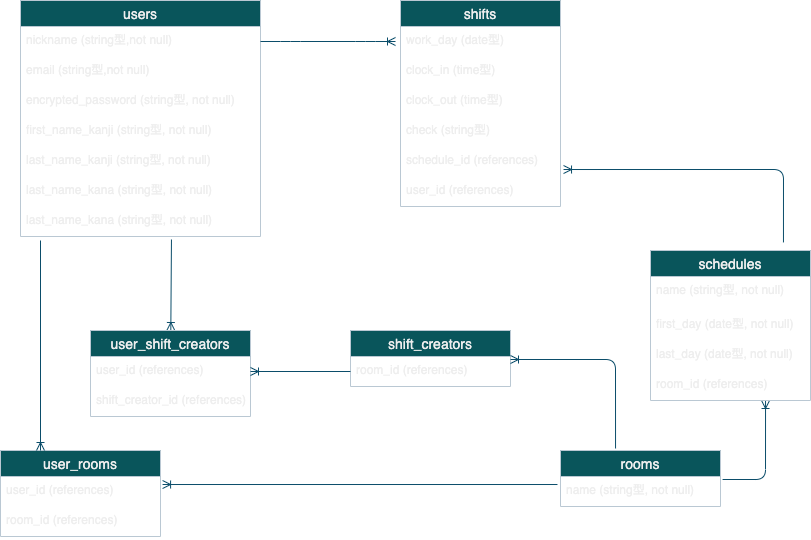
The draw.io diagram shift_system.png in DanInamori/shift_system, before a commit. Source tidied: cells renumbered, new cells last; positions are measured from the earlier drawing's top-left corner, leaving out a move shared by most shapes.
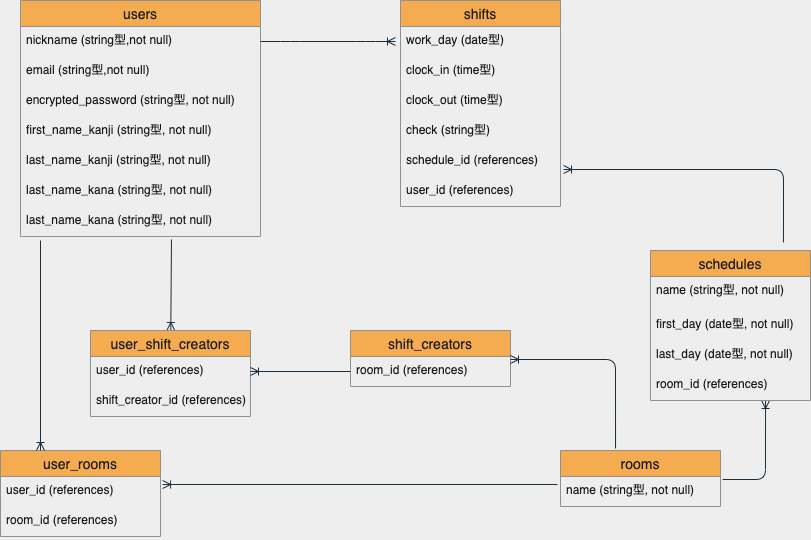
Above is the later version.

Change to the diagram source:
```diff
@@ -1,123 +1,123 @@
-<mxGraphModel>
+<mxGraphModel background="#EEEEEE">
   <root>
     <mxCell id="0" />
     <mxCell id="1" parent="0" />
-    <mxCell id="2" value="users" style="swimlane;fontStyle=0;horizontal=1;startSize=26;align=center;fontSize=14;fillColor=#09555B;strokeColor=#BAC8D3;fontColor=#EEEEEE;" parent="1" vertex="1">
+    <mxCell id="2" value="users" style="swimlane;fontStyle=0;horizontal=1;startSize=26;align=center;fontSize=14;fillColor=#F5AB50;strokeColor=#909090;fontColor=#1A1A1A;" parent="1" vertex="1">
       <mxGeometry x="20" width="240" height="236" as="geometry" />
     </mxCell>
-    <mxCell id="3" value="nickname (string型,not null)" style="text;strokeColor=none;fillColor=none;spacingLeft=4;spacingRight=4;overflow=hidden;points=[[0,0.5],[1,0.5]];portConstraint=eastwest;fontSize=12;fontColor=#EEEEEE;" parent="2" vertex="1">
+    <mxCell id="3" value="nickname (string型,not null)" style="text;strokeColor=none;fillColor=none;spacingLeft=4;spacingRight=4;overflow=hidden;points=[[0,0.5],[1,0.5]];portConstraint=eastwest;fontSize=12;fontColor=#1A1A1A;" parent="2" vertex="1">
       <mxGeometry y="26" width="240" height="30" as="geometry" />
     </mxCell>
-    <mxCell id="4" value="email (string型,not null)" style="text;strokeColor=none;fillColor=none;spacingLeft=4;spacingRight=4;overflow=hidden;fontSize=12;fontColor=#EEEEEE;" parent="2" vertex="1">
+    <mxCell id="4" value="email (string型,not null)" style="text;strokeColor=none;fillColor=none;spacingLeft=4;spacingRight=4;overflow=hidden;fontSize=12;fontColor=#1A1A1A;" parent="2" vertex="1">
       <mxGeometry y="56" width="240" height="30" as="geometry" />
     </mxCell>
-    <mxCell id="5" value="encrypted_password (string型, not null)" style="text;strokeColor=none;fillColor=none;spacingLeft=4;spacingRight=4;overflow=hidden;fontSize=12;fontColor=#EEEEEE;" parent="2" vertex="1">
+    <mxCell id="5" value="encrypted_password (string型, not null)" style="text;strokeColor=none;fillColor=none;spacingLeft=4;spacingRight=4;overflow=hidden;fontSize=12;fontColor=#1A1A1A;" parent="2" vertex="1">
       <mxGeometry y="86" width="240" height="30" as="geometry" />
     </mxCell>
-    <mxCell id="6" value="first_name_kanji (string型, not null)" style="text;strokeColor=none;fillColor=none;spacingLeft=4;spacingRight=4;overflow=hidden;fontSize=12;fontColor=#EEEEEE;" parent="2" vertex="1">
+    <mxCell id="6" value="first_name_kanji (string型, not null)" style="text;strokeColor=none;fillColor=none;spacingLeft=4;spacingRight=4;overflow=hidden;fontSize=12;fontColor=#1A1A1A;" parent="2" vertex="1">
       <mxGeometry y="116" width="240" height="30" as="geometry" />
     </mxCell>
-    <mxCell id="7" value="last_name_kanji (string型, not null)" style="text;strokeColor=none;fillColor=none;spacingLeft=4;spacingRight=4;overflow=hidden;fontSize=12;fontColor=#EEEEEE;" parent="2" vertex="1">
+    <mxCell id="7" value="last_name_kanji (string型, not null)" style="text;strokeColor=none;fillColor=none;spacingLeft=4;spacingRight=4;overflow=hidden;fontSize=12;fontColor=#1A1A1A;" parent="2" vertex="1">
       <mxGeometry y="146" width="240" height="30" as="geometry" />
     </mxCell>
-    <mxCell id="8" value="last_name_kana (string型, not null)" style="text;strokeColor=none;fillColor=none;spacingLeft=4;spacingRight=4;overflow=hidden;fontSize=12;fontColor=#EEEEEE;" parent="2" vertex="1">
+    <mxCell id="8" value="last_name_kana (string型, not null)" style="text;strokeColor=none;fillColor=none;spacingLeft=4;spacingRight=4;overflow=hidden;fontSize=12;fontColor=#1A1A1A;" parent="2" vertex="1">
       <mxGeometry y="176" width="240" height="30" as="geometry" />
     </mxCell>
-    <mxCell id="9" value="last_name_kana (string型, not null)" style="text;strokeColor=none;fillColor=none;spacingLeft=4;spacingRight=4;overflow=hidden;points=[[0,0.5],[1,0.5]];portConstraint=eastwest;fontSize=12;fontColor=#EEEEEE;" parent="2" vertex="1">
+    <mxCell id="9" value="last_name_kana (string型, not null)" style="text;strokeColor=none;fillColor=none;spacingLeft=4;spacingRight=4;overflow=hidden;points=[[0,0.5],[1,0.5]];portConstraint=eastwest;fontSize=12;fontColor=#1A1A1A;" parent="2" vertex="1">
       <mxGeometry y="206" width="240" height="30" as="geometry" />
     </mxCell>
-    <mxCell id="10" value="rooms" style="swimlane;fontStyle=0;horizontal=1;startSize=26;align=center;fontSize=14;fillColor=#09555B;strokeColor=#BAC8D3;fontColor=#EEEEEE;" parent="1" vertex="1">
+    <mxCell id="10" value="rooms" style="swimlane;fontStyle=0;horizontal=1;startSize=26;align=center;fontSize=14;fillColor=#F5AB50;strokeColor=#909090;fontColor=#1A1A1A;" parent="1" vertex="1">
       <mxGeometry x="560" y="450" width="160" height="56" as="geometry" />
     </mxCell>
-    <mxCell id="11" value="name (string型, not null)" style="text;strokeColor=none;fillColor=none;spacingLeft=4;spacingRight=4;overflow=hidden;points=[[0,0.5],[1,0.5]];portConstraint=eastwest;fontSize=12;fontColor=#EEEEEE;" parent="10" vertex="1">
+    <mxCell id="11" value="name (string型, not null)" style="text;strokeColor=none;fillColor=none;spacingLeft=4;spacingRight=4;overflow=hidden;points=[[0,0.5],[1,0.5]];portConstraint=eastwest;fontSize=12;fontColor=#1A1A1A;" parent="10" vertex="1">
       <mxGeometry y="26" width="160" height="30" as="geometry" />
     </mxCell>
-    <mxCell id="12" value="user_rooms" style="swimlane;fontStyle=0;horizontal=1;startSize=26;align=center;fontSize=14;fillColor=#09555B;strokeColor=#BAC8D3;fontColor=#EEEEEE;" parent="1" vertex="1">
+    <mxCell id="12" value="user_rooms" style="swimlane;fontStyle=0;horizontal=1;startSize=26;align=center;fontSize=14;fillColor=#F5AB50;strokeColor=#909090;fontColor=#1A1A1A;" parent="1" vertex="1">
       <mxGeometry y="450" width="160" height="86" as="geometry" />
     </mxCell>
-    <mxCell id="13" value="user_id (references)" style="text;strokeColor=none;fillColor=none;spacingLeft=4;spacingRight=4;overflow=hidden;points=[[0,0.5],[1,0.5]];portConstraint=eastwest;fontSize=12;fontColor=#EEEEEE;" parent="12" vertex="1">
+    <mxCell id="13" value="user_id (references)" style="text;strokeColor=none;fillColor=none;spacingLeft=4;spacingRight=4;overflow=hidden;points=[[0,0.5],[1,0.5]];portConstraint=eastwest;fontSize=12;fontColor=#1A1A1A;" parent="12" vertex="1">
       <mxGeometry y="26" width="160" height="30" as="geometry" />
     </mxCell>
-    <mxCell id="14" value="room_id (references)" style="text;strokeColor=none;fillColor=none;spacingLeft=4;spacingRight=4;overflow=hidden;fontSize=12;fontColor=#EEEEEE;" parent="12" vertex="1">
+    <mxCell id="14" value="room_id (references)" style="text;strokeColor=none;fillColor=none;spacingLeft=4;spacingRight=4;overflow=hidden;fontSize=12;fontColor=#1A1A1A;" parent="12" vertex="1">
       <mxGeometry y="56" width="160" height="30" as="geometry" />
     </mxCell>
-    <mxCell id="15" style="fontSize=12;html=1;endArrow=ERoneToMany;entryX=1.013;entryY=0.267;entryDx=0;entryDy=0;entryPerimeter=0;exitX=-0.019;exitY=0.267;exitDx=0;exitDy=0;exitPerimeter=0;strokeColor=#0B4D6A;" parent="1" edge="1" source="11" target="13">
+    <mxCell id="15" style="fontSize=12;html=1;endArrow=ERoneToMany;entryX=1.013;entryY=0.267;entryDx=0;entryDy=0;entryPerimeter=0;exitX=-0.019;exitY=0.267;exitDx=0;exitDy=0;exitPerimeter=0;strokeColor=#182E3E;labelBackgroundColor=#EEEEEE;fontColor=#1A1A1A;" parent="1" edge="1" source="11" target="13">
       <mxGeometry relative="1" as="geometry" />
     </mxCell>
-    <mxCell id="16" style="fontSize=12;html=1;endArrow=ERoneToMany;entryX=0.25;entryY=0;entryDx=0;entryDy=0;strokeColor=#0B4D6A;" parent="1" edge="1" target="12">
+    <mxCell id="16" style="fontSize=12;html=1;endArrow=ERoneToMany;entryX=0.25;entryY=0;entryDx=0;entryDy=0;strokeColor=#182E3E;labelBackgroundColor=#EEEEEE;fontColor=#1A1A1A;" parent="1" edge="1" target="12">
       <mxGeometry relative="1" as="geometry">
         <mxPoint x="40" y="240" as="sourcePoint" />
       </mxGeometry>
     </mxCell>
-    <mxCell id="17" value="shifts" style="swimlane;fontStyle=0;horizontal=1;startSize=26;align=center;fontSize=14;fillColor=#09555B;strokeColor=#BAC8D3;fontColor=#EEEEEE;" parent="1" vertex="1">
+    <mxCell id="17" value="shifts" style="swimlane;fontStyle=0;horizontal=1;startSize=26;align=center;fontSize=14;fillColor=#F5AB50;strokeColor=#909090;fontColor=#1A1A1A;" parent="1" vertex="1">
       <mxGeometry x="400" width="160" height="206" as="geometry" />
     </mxCell>
-    <mxCell id="18" value="work_day (date型)" style="text;strokeColor=none;fillColor=none;spacingLeft=4;spacingRight=4;overflow=hidden;fontSize=12;fontColor=#EEEEEE;" parent="17" vertex="1">
+    <mxCell id="18" value="work_day (date型)" style="text;strokeColor=none;fillColor=none;spacingLeft=4;spacingRight=4;overflow=hidden;fontSize=12;fontColor=#1A1A1A;" parent="17" vertex="1">
       <mxGeometry y="26" width="160" height="30" as="geometry" />
     </mxCell>
-    <mxCell id="19" value="clock_in (time型)" style="text;strokeColor=none;fillColor=none;spacingLeft=4;spacingRight=4;overflow=hidden;fontSize=12;fontColor=#EEEEEE;" parent="17" vertex="1">
+    <mxCell id="19" value="clock_in (time型)" style="text;strokeColor=none;fillColor=none;spacingLeft=4;spacingRight=4;overflow=hidden;fontSize=12;fontColor=#1A1A1A;" parent="17" vertex="1">
       <mxGeometry y="56" width="160" height="30" as="geometry" />
     </mxCell>
-    <mxCell id="20" value="clock_out (time型)" style="text;strokeColor=none;fillColor=none;spacingLeft=4;spacingRight=4;overflow=hidden;fontSize=12;fontColor=#EEEEEE;" parent="17" vertex="1">
+    <mxCell id="20" value="clock_out (time型)" style="text;strokeColor=none;fillColor=none;spacingLeft=4;spacingRight=4;overflow=hidden;fontSize=12;fontColor=#1A1A1A;" parent="17" vertex="1">
       <mxGeometry y="86" width="160" height="30" as="geometry" />
     </mxCell>
-    <mxCell id="21" value="check (string型)" style="text;strokeColor=none;fillColor=none;spacingLeft=4;spacingRight=4;overflow=hidden;fontSize=12;fontColor=#EEEEEE;" parent="17" vertex="1">
+    <mxCell id="21" value="check (string型)" style="text;strokeColor=none;fillColor=none;spacingLeft=4;spacingRight=4;overflow=hidden;fontSize=12;fontColor=#1A1A1A;" parent="17" vertex="1">
       <mxGeometry y="116" width="160" height="30" as="geometry" />
     </mxCell>
-    <mxCell id="22" value="schedule_id (references)" style="text;strokeColor=none;fillColor=none;spacingLeft=4;spacingRight=4;overflow=hidden;points=[[0,0.5],[1,0.5]];portConstraint=eastwest;fontSize=12;fontColor=#EEEEEE;" parent="17" vertex="1">
+    <mxCell id="22" value="schedule_id (references)" style="text;strokeColor=none;fillColor=none;spacingLeft=4;spacingRight=4;overflow=hidden;points=[[0,0.5],[1,0.5]];portConstraint=eastwest;fontSize=12;fontColor=#1A1A1A;" parent="17" vertex="1">
       <mxGeometry y="146" width="160" height="30" as="geometry" />
     </mxCell>
-    <mxCell id="23" value="user_id (references)" style="text;strokeColor=none;fillColor=none;spacingLeft=4;spacingRight=4;overflow=hidden;fontSize=12;fontColor=#EEEEEE;" parent="17" vertex="1">
+    <mxCell id="23" value="user_id (references)" style="text;strokeColor=none;fillColor=none;spacingLeft=4;spacingRight=4;overflow=hidden;fontSize=12;fontColor=#1A1A1A;" parent="17" vertex="1">
       <mxGeometry y="176" width="160" height="30" as="geometry" />
     </mxCell>
-    <mxCell id="24" style="edgeStyle=entityRelationEdgeStyle;fontSize=12;html=1;endArrow=ERoneToMany;exitX=1;exitY=0.5;exitDx=0;exitDy=0;strokeColor=#0B4D6A;" parent="1" edge="1" source="3">
+    <mxCell id="24" style="edgeStyle=entityRelationEdgeStyle;fontSize=12;html=1;endArrow=ERoneToMany;exitX=1;exitY=0.5;exitDx=0;exitDy=0;strokeColor=#182E3E;labelBackgroundColor=#EEEEEE;fontColor=#1A1A1A;" parent="1" edge="1" source="3">
       <mxGeometry relative="1" as="geometry">
         <mxPoint x="395" y="41" as="targetPoint" />
       </mxGeometry>
     </mxCell>
-    <mxCell id="25" style="fontSize=12;html=1;endArrow=ERoneToMany;exitX=1.013;exitY=0.1;exitDx=0;exitDy=0;exitPerimeter=0;entryX=0.719;entryY=1;entryDx=0;entryDy=0;entryPerimeter=0;edgeStyle=orthogonalEdgeStyle;strokeColor=#0B4D6A;" parent="1" edge="1" source="11" target="30">
+    <mxCell id="25" style="fontSize=12;html=1;endArrow=ERoneToMany;exitX=1.013;exitY=0.1;exitDx=0;exitDy=0;exitPerimeter=0;entryX=0.719;entryY=1;entryDx=0;entryDy=0;entryPerimeter=0;edgeStyle=orthogonalEdgeStyle;strokeColor=#182E3E;labelBackgroundColor=#EEEEEE;fontColor=#1A1A1A;" parent="1" edge="1" source="11" target="30">
       <mxGeometry relative="1" as="geometry" />
     </mxCell>
-    <mxCell id="26" value="schedules" style="swimlane;fontStyle=0;horizontal=1;startSize=26;align=center;fontSize=14;fillColor=#09555B;strokeColor=#BAC8D3;fontColor=#EEEEEE;" parent="1" vertex="1">
+    <mxCell id="26" value="schedules" style="swimlane;fontStyle=0;horizontal=1;startSize=26;align=center;fontSize=14;fillColor=#F5AB50;strokeColor=#909090;fontColor=#1A1A1A;" parent="1" vertex="1">
       <mxGeometry x="650" y="250" width="160" height="150" as="geometry" />
     </mxCell>
-    <mxCell id="27" value="name (string型, not null)" style="text;strokeColor=none;fillColor=none;spacingLeft=4;spacingRight=4;overflow=hidden;fontSize=12;fontColor=#EEEEEE;" parent="26" vertex="1">
+    <mxCell id="27" value="name (string型, not null)" style="text;strokeColor=none;fillColor=none;spacingLeft=4;spacingRight=4;overflow=hidden;fontSize=12;fontColor=#1A1A1A;" parent="26" vertex="1">
       <mxGeometry y="26" width="160" height="34" as="geometry" />
     </mxCell>
-    <mxCell id="28" value="first_day (date型, not null) " style="text;strokeColor=none;fillColor=none;spacingLeft=4;spacingRight=4;overflow=hidden;fontSize=12;fontColor=#EEEEEE;" parent="26" vertex="1">
+    <mxCell id="28" value="first_day (date型, not null) " style="text;strokeColor=none;fillColor=none;spacingLeft=4;spacingRight=4;overflow=hidden;fontSize=12;fontColor=#1A1A1A;" parent="26" vertex="1">
       <mxGeometry y="60" width="160" height="30" as="geometry" />
     </mxCell>
-    <mxCell id="29" value="last_day (date型, not null)" style="text;strokeColor=none;fillColor=none;spacingLeft=4;spacingRight=4;overflow=hidden;fontSize=12;fontColor=#EEEEEE;" parent="26" vertex="1">
+    <mxCell id="29" value="last_day (date型, not null)" style="text;strokeColor=none;fillColor=none;spacingLeft=4;spacingRight=4;overflow=hidden;fontSize=12;fontColor=#1A1A1A;" parent="26" vertex="1">
       <mxGeometry y="90" width="160" height="30" as="geometry" />
     </mxCell>
-    <mxCell id="30" value="room_id (references)" style="text;strokeColor=none;fillColor=none;spacingLeft=4;spacingRight=4;overflow=hidden;points=[[0,0.5],[1,0.5]];portConstraint=eastwest;fontSize=12;fontColor=#EEEEEE;" parent="26" vertex="1">
+    <mxCell id="30" value="room_id (references)" style="text;strokeColor=none;fillColor=none;spacingLeft=4;spacingRight=4;overflow=hidden;points=[[0,0.5],[1,0.5]];portConstraint=eastwest;fontSize=12;fontColor=#1A1A1A;" parent="26" vertex="1">
       <mxGeometry y="120" width="160" height="30" as="geometry" />
     </mxCell>
-    <mxCell id="31" style="fontSize=12;html=1;endArrow=ERoneToMany;exitX=0.831;exitY=-0.054;exitDx=0;exitDy=0;entryX=1.019;entryY=0.767;entryDx=0;entryDy=0;entryPerimeter=0;edgeStyle=orthogonalEdgeStyle;exitPerimeter=0;strokeColor=#0B4D6A;" parent="1" edge="1" source="26" target="22">
+    <mxCell id="31" style="fontSize=12;html=1;endArrow=ERoneToMany;exitX=0.831;exitY=-0.054;exitDx=0;exitDy=0;entryX=1.019;entryY=0.767;entryDx=0;entryDy=0;entryPerimeter=0;edgeStyle=orthogonalEdgeStyle;exitPerimeter=0;strokeColor=#182E3E;labelBackgroundColor=#EEEEEE;fontColor=#1A1A1A;" parent="1" edge="1" source="26" target="22">
       <mxGeometry relative="1" as="geometry" />
     </mxCell>
-    <mxCell id="32" value="shift_creators" style="swimlane;fontStyle=0;horizontal=1;startSize=26;align=center;fontSize=14;fillColor=#09555B;strokeColor=#BAC8D3;fontColor=#EEEEEE;" parent="1" vertex="1">
+    <mxCell id="32" value="shift_creators" style="swimlane;fontStyle=0;horizontal=1;startSize=26;align=center;fontSize=14;fillColor=#F5AB50;strokeColor=#909090;fontColor=#1A1A1A;" parent="1" vertex="1">
       <mxGeometry x="350" y="330" width="160" height="56" as="geometry" />
     </mxCell>
-    <mxCell id="33" value="room_id (references)" style="text;strokeColor=none;fillColor=none;spacingLeft=4;spacingRight=4;overflow=hidden;points=[[0,0.5],[1,0.5]];portConstraint=eastwest;fontSize=12;fontColor=#EEEEEE;" parent="32" vertex="1">
+    <mxCell id="33" value="room_id (references)" style="text;strokeColor=none;fillColor=none;spacingLeft=4;spacingRight=4;overflow=hidden;points=[[0,0.5],[1,0.5]];portConstraint=eastwest;fontSize=12;fontColor=#1A1A1A;" parent="32" vertex="1">
       <mxGeometry y="26" width="160" height="30" as="geometry" />
     </mxCell>
-    <mxCell id="34" style="fontSize=12;html=1;endArrow=ERoneToMany;exitX=0.629;exitY=1.1;exitDx=0;exitDy=0;exitPerimeter=0;strokeColor=#0B4D6A;" parent="1" edge="1" source="9" target="36">
+    <mxCell id="34" style="fontSize=12;html=1;endArrow=ERoneToMany;exitX=0.629;exitY=1.1;exitDx=0;exitDy=0;exitPerimeter=0;strokeColor=#182E3E;labelBackgroundColor=#EEEEEE;fontColor=#1A1A1A;" parent="1" edge="1" source="9" target="36">
       <mxGeometry relative="1" as="geometry" />
     </mxCell>
-    <mxCell id="35" style="edgeStyle=orthogonalEdgeStyle;fontSize=12;html=1;endArrow=ERoneToMany;exitX=0.344;exitY=-0.036;exitDx=0;exitDy=0;exitPerimeter=0;entryX=1;entryY=0.1;entryDx=0;entryDy=0;entryPerimeter=0;strokeColor=#0B4D6A;" parent="1" edge="1" source="10" target="33">
+    <mxCell id="35" style="edgeStyle=orthogonalEdgeStyle;fontSize=12;html=1;endArrow=ERoneToMany;exitX=0.344;exitY=-0.036;exitDx=0;exitDy=0;exitPerimeter=0;entryX=1;entryY=0.1;entryDx=0;entryDy=0;entryPerimeter=0;strokeColor=#182E3E;labelBackgroundColor=#EEEEEE;fontColor=#1A1A1A;" parent="1" edge="1" source="10" target="33">
       <mxGeometry relative="1" as="geometry" />
     </mxCell>
-    <mxCell id="36" value="user_shift_creators" style="swimlane;fontStyle=0;horizontal=1;startSize=26;align=center;fontSize=14;fillColor=#09555B;strokeColor=#BAC8D3;fontColor=#EEEEEE;" parent="1" vertex="1">
+    <mxCell id="36" value="user_shift_creators" style="swimlane;fontStyle=0;horizontal=1;startSize=26;align=center;fontSize=14;fillColor=#F5AB50;strokeColor=#909090;fontColor=#1A1A1A;" parent="1" vertex="1">
       <mxGeometry x="90" y="330" width="160" height="86" as="geometry" />
     </mxCell>
-    <mxCell id="37" value="user_id (references)" style="text;strokeColor=none;fillColor=none;spacingLeft=4;spacingRight=4;overflow=hidden;points=[[0,0.5],[1,0.5]];portConstraint=eastwest;fontSize=12;fontColor=#EEEEEE;" parent="36" vertex="1">
+    <mxCell id="37" value="user_id (references)" style="text;strokeColor=none;fillColor=none;spacingLeft=4;spacingRight=4;overflow=hidden;points=[[0,0.5],[1,0.5]];portConstraint=eastwest;fontSize=12;fontColor=#1A1A1A;" parent="36" vertex="1">
       <mxGeometry y="26" width="160" height="30" as="geometry" />
     </mxCell>
-    <mxCell id="38" value="shift_creator_id (references)" style="text;strokeColor=none;fillColor=none;spacingLeft=4;spacingRight=4;overflow=hidden;fontSize=12;fontColor=#EEEEEE;" parent="36" vertex="1">
+    <mxCell id="38" value="shift_creator_id (references)" style="text;strokeColor=none;fillColor=none;spacingLeft=4;spacingRight=4;overflow=hidden;fontSize=12;fontColor=#1A1A1A;" parent="36" vertex="1">
       <mxGeometry y="56" width="160" height="30" as="geometry" />
     </mxCell>
-    <mxCell id="39" style="fontSize=12;html=1;endArrow=ERoneToMany;exitX=0;exitY=0.5;exitDx=0;exitDy=0;entryX=1;entryY=0.5;entryDx=0;entryDy=0;strokeColor=#0B4D6A;" parent="1" edge="1" source="33" target="37">
+    <mxCell id="39" style="fontSize=12;html=1;endArrow=ERoneToMany;exitX=0;exitY=0.5;exitDx=0;exitDy=0;entryX=1;entryY=0.5;entryDx=0;entryDy=0;strokeColor=#182E3E;labelBackgroundColor=#EEEEEE;fontColor=#1A1A1A;" parent="1" edge="1" source="33" target="37">
       <mxGeometry relative="1" as="geometry" />
     </mxCell>
   </root>
```
